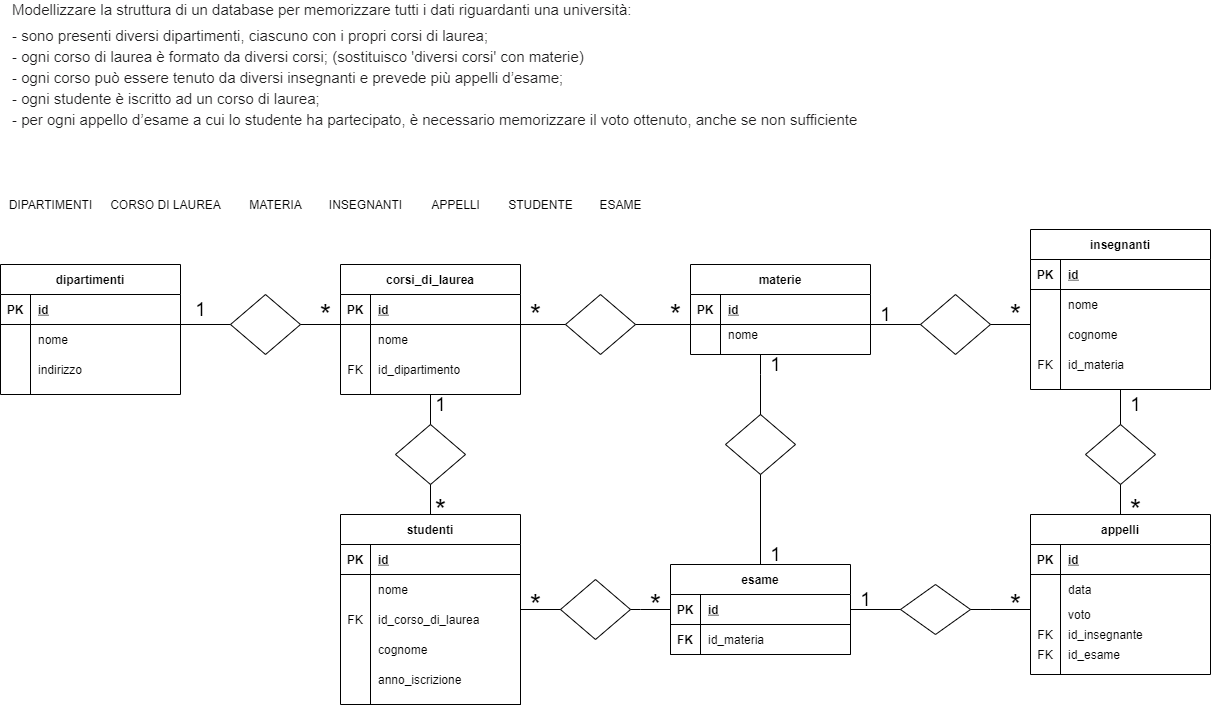
This is versione2.png from emmepi92/db-university, a draw.io export, as it was before one commit. Source tidied: cells renumbered, new cells last; positions are measured from the earlier drawing's top-left corner, leaving out a move shared by most shapes.
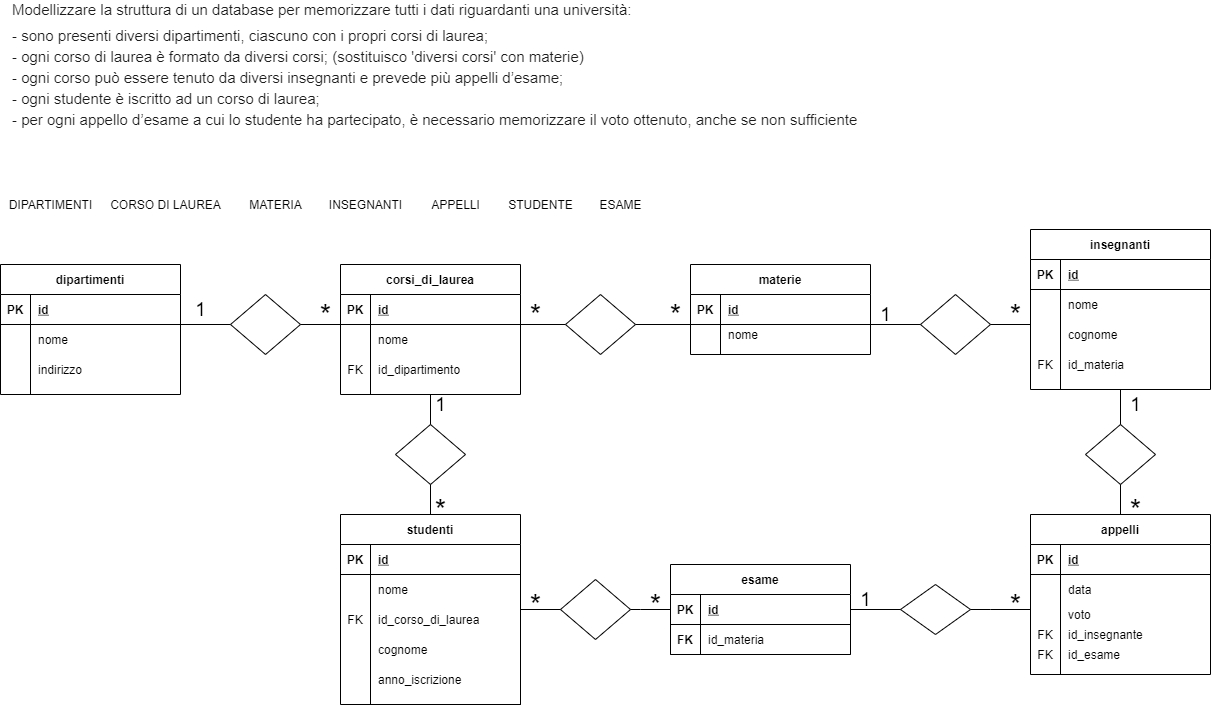
After the commit.

The edit, as a diff of the source:
```diff
@@ -97,14 +97,6 @@
     <mxCell id="31" value="id_dipartimento" style="shape=partialRectangle;fillColor=none;top=0;left=0;bottom=0;right=0;align=left;spacingLeft=6;overflow=hidden;" parent="29" vertex="1">
       <mxGeometry x="30" width="150" height="30" as="geometry" />
     </mxCell>
-    <mxCell id="32" style="edgeStyle=orthogonalEdgeStyle;rounded=0;jettySize=auto;html=1;endArrow=none;endFill=0;startArrow=none;" parent="1" edge="1" source="120" target="106">
-      <mxGeometry relative="1" as="geometry">
-        <Array as="points">
-          <mxPoint x="760" y="390" />
-          <mxPoint x="760" y="390" />
-        </Array>
-      </mxGeometry>
-    </mxCell>
     <mxCell id="33" value="materie" style="shape=table;startSize=30;rowLines=0;fontStyle=1;align=center;" parent="1" vertex="1">
       <mxGeometry x="690" y="250" width="180" height="90" as="geometry" />
     </mxCell>
@@ -313,9 +305,6 @@
     <mxCell id="97" style="shape=rhombus;perimeter=rhombusPerimeter;whiteSpace=wrap;html=1;align=center;" parent="1" vertex="1">
       <mxGeometry x="920" y="280" width="70" height="60" as="geometry" />
     </mxCell>
-    <mxCell id="98" value="&lt;font style=&quot;font-size: 19px&quot;&gt;1&lt;/font&gt;" style="text;html=1;align=center;verticalAlign=middle;strokeColor=none;" parent="1" vertex="1">
-      <mxGeometry x="760" y="340" width="30" height="20" as="geometry" />
-    </mxCell>
     <mxCell id="99" style="shape=rhombus;perimeter=rhombusPerimeter;whiteSpace=wrap;html=1;align=center;" parent="1" vertex="1">
       <mxGeometry x="1085" y="410" width="70" height="60" as="geometry" />
     </mxCell>
@@ -389,19 +378,5 @@
         </Array>
       </mxGeometry>
     </mxCell>
-    <mxCell id="120" style="shape=rhombus;perimeter=rhombusPerimeter;whiteSpace=wrap;html=1;align=center;" parent="1" vertex="1">
-      <mxGeometry x="725" y="400" width="70" height="60" as="geometry" />
-    </mxCell>
-    <mxCell id="121" style="edgeStyle=orthogonalEdgeStyle;rounded=0;jettySize=auto;html=1;endArrow=none;endFill=0;" parent="1" edge="1" source="33" target="120">
-      <mxGeometry relative="1" as="geometry">
-        <Array as="points">
-          <mxPoint x="760" y="360" />
-          <mxPoint x="760" y="360" />
-        </Array>
-      </mxGeometry>
-    </mxCell>
-    <mxCell id="122" value="&lt;font style=&quot;font-size: 19px&quot;&gt;1&lt;/font&gt;" style="text;html=1;align=center;verticalAlign=middle;strokeColor=none;" parent="1" vertex="1">
-      <mxGeometry x="760" y="530" width="30" height="20" as="geometry" />
-    </mxCell>
   </root>
 </mxGraphModel>
```
